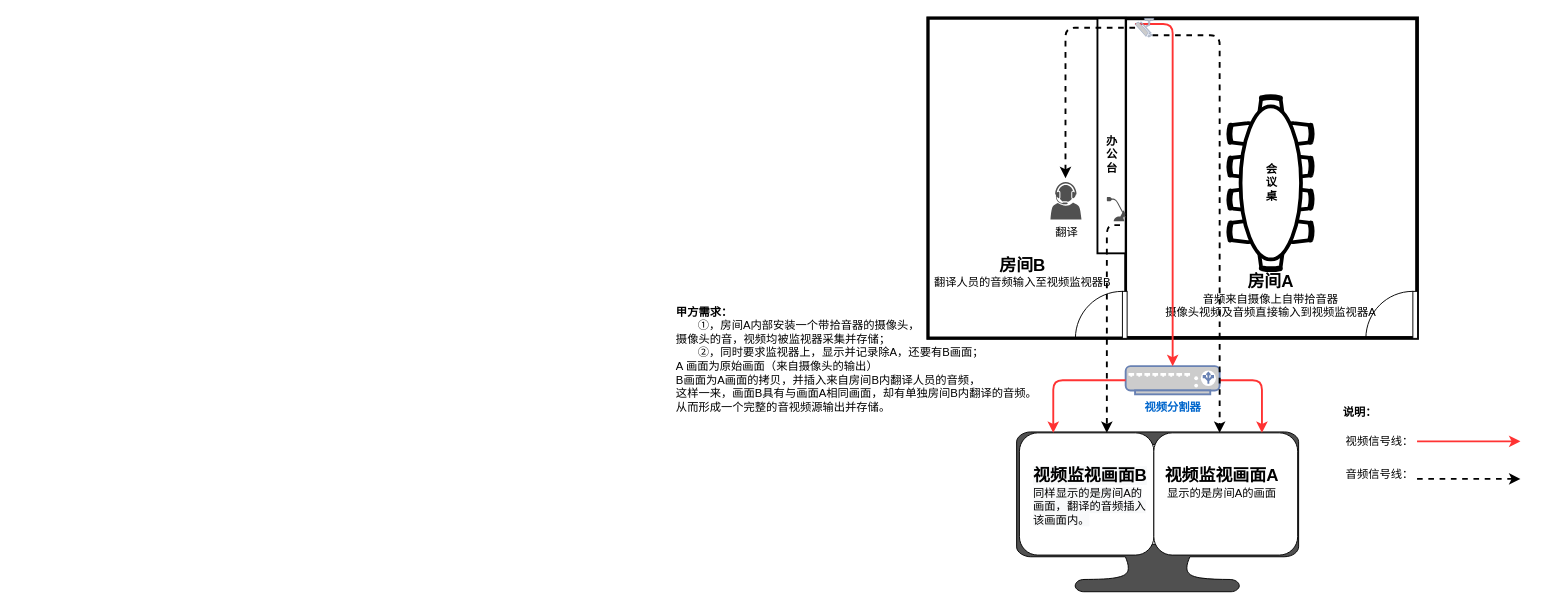
Earlier version of the draw.io diagram 讯尔市场调研会议室方案.drawio (UTOUUCENTER-CD/Adv-Mathematics). Source tidied: cells renumbered, new cells numbered last; positions are measured from the earlier drawing's top-left corner, leaving out a move shared by most shapes. Both pictures are drawn from the tidied source at 94%, with x=0, y=0 at pixel (674, 18).
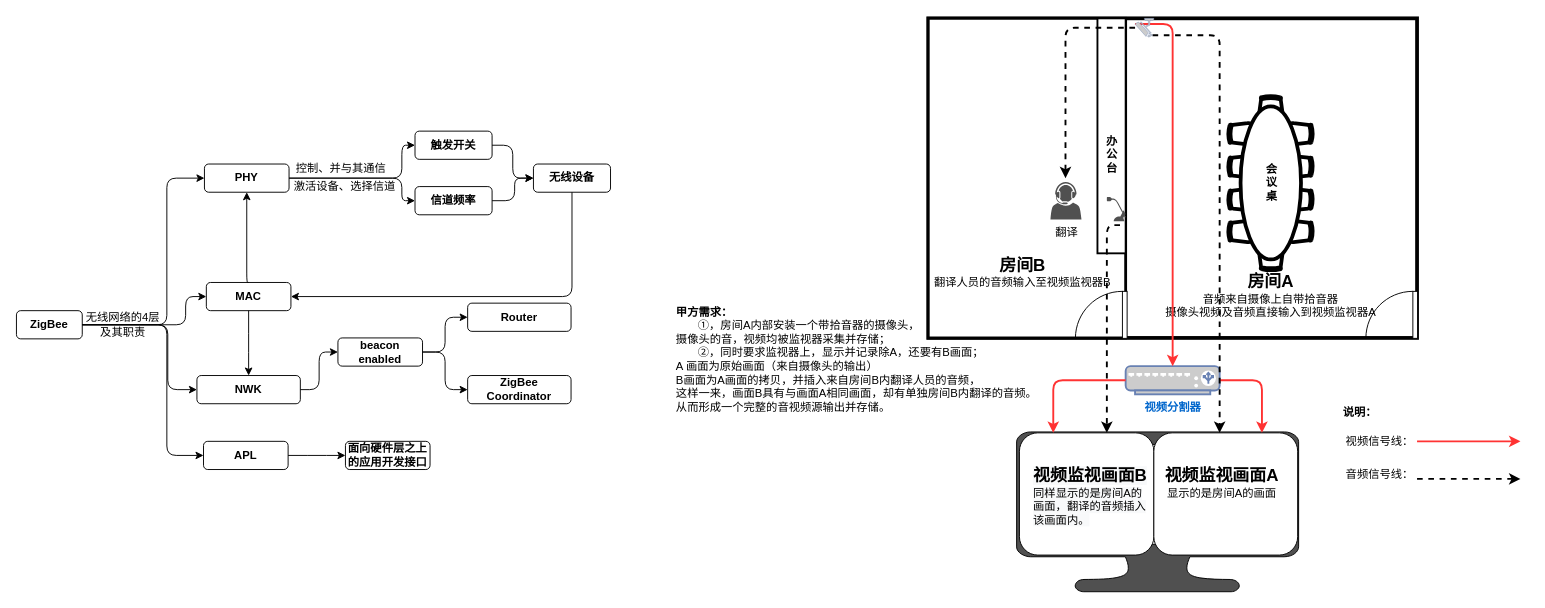
The same diagram, later.

Commit message:
Update 讯尔市场调研会议室方案.drawio

Diff of the diagram source:
```diff
@@
+    <mxCell id="44" value="&lt;b&gt;ZigBee&lt;/b&gt;" style="rounded=1;whiteSpace=wrap;html=1;" parent="1" vertex="1">
+      <mxGeometry x="-700" y="311" width="70" height="30" as="geometry" />
+    </mxCell>
+    <mxCell id="45" style="edgeStyle=elbowEdgeStyle;elbow=horizontal;endArrow=classic;html=1;exitX=1;exitY=0.5;exitDx=0;exitDy=0;" parent="1" edge="1" source="44">
+      <mxGeometry relative="1" as="geometry">
+        <mxPoint x="-500" y="170" as="targetPoint" />
+        <Array as="points">
+          <mxPoint x="-540" y="190" />
+        </Array>
+      </mxGeometry>
+    </mxCell>
+    <mxCell id="46" value="&lt;b&gt;PHY&lt;/b&gt;" style="rounded=1;whiteSpace=wrap;html=1;" parent="1" vertex="1">
+      <mxGeometry x="-500" y="155" width="90" height="30" as="geometry" />
+    </mxCell>
+    <mxCell id="47" value="&lt;b&gt;beacon enabled&lt;/b&gt;" style="rounded=1;whiteSpace=wrap;html=1;" parent="1" vertex="1">
+      <mxGeometry x="-358" y="340" width="90" height="30" as="geometry" />
+    </mxCell>
+    <mxCell id="48" value="&lt;b&gt;MAC&lt;/b&gt;" style="rounded=1;whiteSpace=wrap;html=1;" parent="1" vertex="1">
+      <mxGeometry x="-498" y="281" width="90" height="30" as="geometry" />
+    </mxCell>
+    <mxCell id="49" value="&lt;b&gt;NWK&lt;/b&gt;" style="rounded=1;whiteSpace=wrap;html=1;" parent="1" vertex="1">
+      <mxGeometry x="-508" y="380" width="110" height="30" as="geometry" />
+    </mxCell>
+    <mxCell id="50" style="edgeStyle=elbowEdgeStyle;elbow=horizontal;endArrow=classic;html=1;exitX=1;exitY=0.5;exitDx=0;exitDy=0;entryX=0;entryY=0.5;entryDx=0;entryDy=0;" parent="1" edge="1" source="46" target="56">
+      <mxGeometry relative="1" as="geometry">
+        <Array as="points">
+          <mxPoint x="-290" y="160" />
+        </Array>
+      </mxGeometry>
+    </mxCell>
+    <mxCell id="51" value="控制、并与其通信" style="text;html=1;align=center;verticalAlign=middle;" parent="1" vertex="1">
+      <mxGeometry x="-410" y="150" width="110" height="20" as="geometry" />
+    </mxCell>
+    <mxCell id="52" value="激活设备、选择信道" style="text;html=1;align=center;verticalAlign=middle;" parent="1" vertex="1">
+      <mxGeometry x="-411" y="169" width="120" height="20" as="geometry" />
+    </mxCell>
+    <mxCell id="53" style="edgeStyle=elbowEdgeStyle;elbow=horizontal;endArrow=classic;html=1;exitX=0.5;exitY=0;exitDx=0;exitDy=0;entryX=0.5;entryY=1;entryDx=0;entryDy=0;" parent="1" edge="1" source="48" target="46">
+      <mxGeometry relative="1" as="geometry">
+        <Array as="points">
+          <mxPoint x="-455" y="240" />
+        </Array>
+      </mxGeometry>
+    </mxCell>
+    <mxCell id="54" style="edgeStyle=elbowEdgeStyle;elbow=horizontal;endArrow=classic;html=1;exitX=1;exitY=0.5;exitDx=0;exitDy=0;entryX=0;entryY=0.5;entryDx=0;entryDy=0;" parent="1" edge="1" source="49" target="47">
+      <mxGeometry relative="1" as="geometry" />
+    </mxCell>
+    <mxCell id="55" style="edgeStyle=elbowEdgeStyle;elbow=horizontal;endArrow=classic;html=1;exitX=0.5;exitY=1;exitDx=0;exitDy=0;entryX=0.5;entryY=0;entryDx=0;entryDy=0;" parent="1" edge="1" source="48" target="49">
+      <mxGeometry relative="1" as="geometry" />
+    </mxCell>
+    <mxCell id="56" value="&lt;b&gt;触发开关&lt;/b&gt;" style="rounded=1;whiteSpace=wrap;html=1;" parent="1" vertex="1">
+      <mxGeometry x="-276" y="120" width="82" height="30" as="geometry" />
+    </mxCell>
+    <mxCell id="57" value="&lt;b&gt;信道频率&lt;/b&gt;" style="rounded=1;whiteSpace=wrap;html=1;" parent="1" vertex="1">
+      <mxGeometry x="-276" y="179" width="82" height="30" as="geometry" />
+    </mxCell>
+    <mxCell id="58" style="edgeStyle=elbowEdgeStyle;elbow=horizontal;endArrow=classic;html=1;exitX=1;exitY=0.5;exitDx=0;exitDy=0;entryX=0;entryY=0.5;entryDx=0;entryDy=0;" parent="1" edge="1" source="46" target="57">
+      <mxGeometry relative="1" as="geometry">
+        <Array as="points">
+          <mxPoint x="-290" y="180" />
+          <mxPoint x="-310" y="180" />
+        </Array>
+      </mxGeometry>
+    </mxCell>
+    <mxCell id="59" value="&lt;b&gt;无线设备&lt;/b&gt;" style="rounded=1;whiteSpace=wrap;html=1;" parent="1" vertex="1">
+      <mxGeometry x="-150" y="155" width="82" height="30" as="geometry" />
+    </mxCell>
+    <mxCell id="60" style="edgeStyle=elbowEdgeStyle;elbow=horizontal;endArrow=classic;html=1;exitX=1;exitY=0.5;exitDx=0;exitDy=0;entryX=0;entryY=0.5;entryDx=0;entryDy=0;" parent="1" edge="1" source="56" target="59">
+      <mxGeometry relative="1" as="geometry" />
+    </mxCell>
+    <mxCell id="61" style="edgeStyle=elbowEdgeStyle;elbow=horizontal;endArrow=classic;html=1;exitX=1;exitY=0.5;exitDx=0;exitDy=0;entryX=0;entryY=0.5;entryDx=0;entryDy=0;" parent="1" edge="1" source="57" target="59">
+      <mxGeometry relative="1" as="geometry">
+        <Array as="points">
+          <mxPoint x="-170" y="180" />
+        </Array>
+      </mxGeometry>
+    </mxCell>
+    <mxCell id="62" style="edgeStyle=elbowEdgeStyle;elbow=horizontal;endArrow=classic;html=1;exitX=0.5;exitY=1;exitDx=0;exitDy=0;entryX=1;entryY=0.5;entryDx=0;entryDy=0;" parent="1" edge="1" source="59" target="48">
+      <mxGeometry relative="1" as="geometry">
+        <Array as="points">
+          <mxPoint x="-109" y="200" />
+          <mxPoint x="-430" y="210" />
+          <mxPoint x="-430" y="260" />
+          <mxPoint x="-150" y="260" />
+          <mxPoint x="-310" y="220" />
+          <mxPoint x="-432" y="220" />
+          <mxPoint x="-370" y="300" />
+          <mxPoint x="-150" y="210" />
+          <mxPoint x="-432" y="200" />
+        </Array>
+      </mxGeometry>
+    </mxCell>
+    <mxCell id="63" value="&lt;b&gt;APL&lt;/b&gt;" style="rounded=1;whiteSpace=wrap;html=1;" parent="1" vertex="1">
+      <mxGeometry x="-501" y="450" width="90" height="30" as="geometry" />
+    </mxCell>
+    <mxCell id="64" value="&lt;b&gt;ZigBee Coordinator&lt;/b&gt;" style="rounded=1;whiteSpace=wrap;html=1;" parent="1" vertex="1">
+      <mxGeometry x="-220" y="380" width="110" height="30" as="geometry" />
+    </mxCell>
+    <mxCell id="65" value="&lt;b&gt;Router&lt;/b&gt;" style="rounded=1;whiteSpace=wrap;html=1;" parent="1" vertex="1">
+      <mxGeometry x="-220" y="303" width="110" height="30" as="geometry" />
+    </mxCell>
+    <mxCell id="66" style="edgeStyle=elbowEdgeStyle;elbow=horizontal;endArrow=classic;html=1;exitX=1;exitY=0.5;exitDx=0;exitDy=0;entryX=0;entryY=0.5;entryDx=0;entryDy=0;" parent="1" edge="1" source="47" target="65">
+      <mxGeometry relative="1" as="geometry" />
+    </mxCell>
+    <mxCell id="67" style="edgeStyle=elbowEdgeStyle;elbow=horizontal;endArrow=classic;html=1;exitX=1;exitY=0.5;exitDx=0;exitDy=0;entryX=0;entryY=0.5;entryDx=0;entryDy=0;" parent="1" edge="1" source="47" target="64">
+      <mxGeometry relative="1" as="geometry" />
+    </mxCell>
+    <mxCell id="68" style="edgeStyle=elbowEdgeStyle;elbow=horizontal;endArrow=classic;html=1;exitX=1;exitY=0.5;exitDx=0;exitDy=0;entryX=0;entryY=0.5;entryDx=0;entryDy=0;" parent="1" edge="1" source="44" target="63">
+      <mxGeometry relative="1" as="geometry">
+        <Array as="points">
+          <mxPoint x="-540" y="370" />
+        </Array>
+      </mxGeometry>
+    </mxCell>
+    <mxCell id="69" value="&lt;b&gt;面向硬件层之上的应用开发接口&lt;/b&gt;" style="rounded=1;whiteSpace=wrap;html=1;" parent="1" vertex="1">
+      <mxGeometry x="-350" y="450" width="90" height="30" as="geometry" />
+    </mxCell>
+    <mxCell id="70" style="edgeStyle=elbowEdgeStyle;elbow=horizontal;endArrow=classic;html=1;exitX=1;exitY=0.5;exitDx=0;exitDy=0;entryX=0;entryY=0.5;entryDx=0;entryDy=0;" parent="1" edge="1" source="44" target="48">
+      <mxGeometry relative="1" as="geometry">
+        <Array as="points">
+          <mxPoint x="-520" y="296" />
+          <mxPoint x="-540" y="260" />
+        </Array>
+      </mxGeometry>
+    </mxCell>
+    <mxCell id="71" style="edgeStyle=elbowEdgeStyle;elbow=horizontal;endArrow=classic;html=1;exitX=1;exitY=0.5;exitDx=0;exitDy=0;entryX=0;entryY=0.5;entryDx=0;entryDy=0;" parent="1" edge="1" source="44" target="49">
+      <mxGeometry relative="1" as="geometry">
+        <Array as="points">
+          <mxPoint x="-539" y="340" />
+        </Array>
+      </mxGeometry>
+    </mxCell>
+    <mxCell id="72" value="无线网络的4层&lt;br&gt;及其职责" style="text;html=1;align=center;verticalAlign=middle;" parent="1" vertex="1">
+      <mxGeometry x="-632" y="311.4" width="90" height="30" as="geometry" />
+    </mxCell>
+    <mxCell id="73" style="edgeStyle=elbowEdgeStyle;elbow=horizontal;endArrow=classic;html=1;exitX=1;exitY=0.5;exitDx=0;exitDy=0;entryX=0;entryY=0.5;entryDx=0;entryDy=0;" parent="1" edge="1" source="63" target="69">
+      <mxGeometry relative="1" as="geometry" />
+    </mxCell>
```
